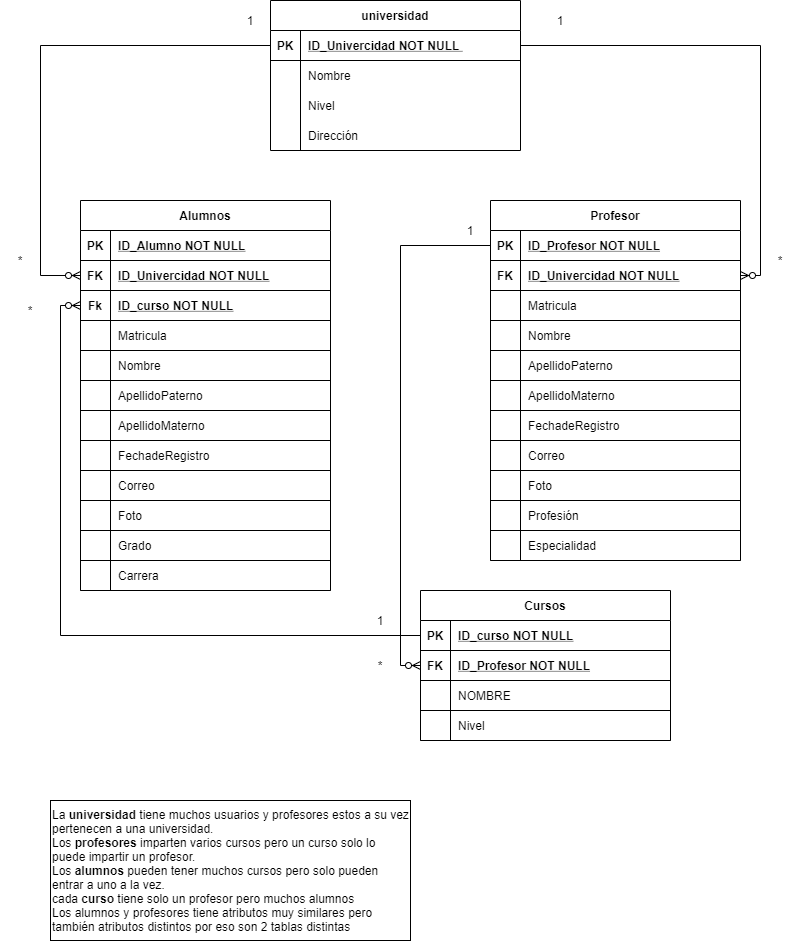
This is entidad relacion.png from carlmrx/registros-escolares, a draw.io export, as it was before one commit. Source tidied: cells renumbered, new cells last; positions are measured from the earlier drawing's top-left corner, leaving out a move shared by most shapes.
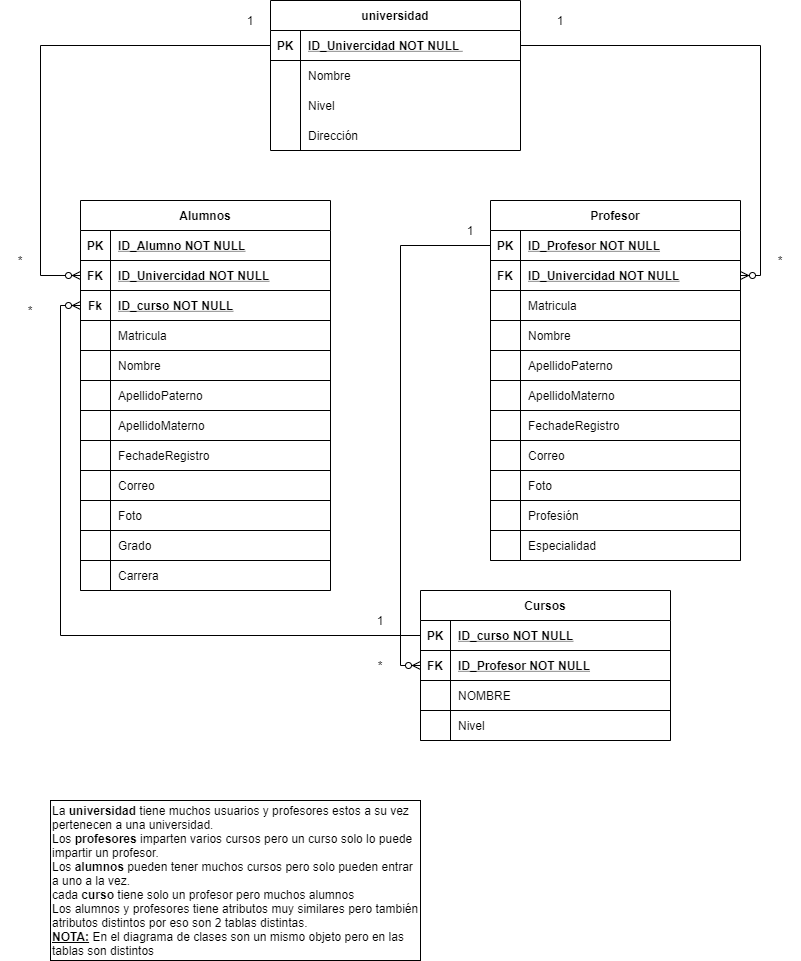
The same file after the commit.

What changed in the source:
```diff
@@ -348,8 +348,8 @@
     <mxCell id="113" value="Nivel" style="shape=partialRectangle;overflow=hidden;fillColor=none;top=0;left=0;bottom=0;right=0;align=left;spacingLeft=6;fontStyle=0;" parent="111" vertex="1">
       <mxGeometry x="30" width="220" height="30" as="geometry" />
     </mxCell>
-    <mxCell id="114" value="La &lt;b&gt;universidad&lt;/b&gt; tiene muchos usuarios y profesores estos a su vez pertenecen a una universidad.&lt;br&gt;Los &lt;b&gt;profesores&lt;/b&gt; imparten varios cursos pero un curso solo lo puede impartir un profesor.&lt;br&gt;Los &lt;b&gt;alumnos &lt;/b&gt;pueden tener muchos cursos pero solo pueden entrar a uno a la vez.&lt;br&gt;cada&amp;nbsp;&lt;b&gt;curso&lt;/b&gt; tiene solo un profesor pero muchos&amp;nbsp;alumnos&lt;br&gt;Los alumnos y profesores tiene atributos muy similares pero también atributos distintos por eso son 2 tablas distintas&lt;br&gt;" style="rounded=0;whiteSpace=wrap;html=1;fillColor=#ffffff;align=left;" parent="1" vertex="1">
-      <mxGeometry x="50" y="800" width="360" height="140" as="geometry" />
+    <mxCell id="114" value="La &lt;b&gt;universidad&lt;/b&gt; tiene muchos usuarios y profesores estos a su vez pertenecen a una universidad.&lt;br&gt;Los &lt;b&gt;profesores&lt;/b&gt; imparten varios cursos pero un curso solo lo puede impartir un profesor.&lt;br&gt;Los &lt;b&gt;alumnos &lt;/b&gt;pueden tener muchos cursos pero solo pueden entrar a uno a la vez.&lt;br&gt;cada&amp;nbsp;&lt;b&gt;curso&lt;/b&gt; tiene solo un profesor pero muchos&amp;nbsp;alumnos&lt;br&gt;Los alumnos y profesores tiene atributos muy similares pero también atributos distintos por eso son 2 tablas distintas.&lt;br&gt;&lt;b&gt;&lt;u&gt;NOTA:&lt;/u&gt;&lt;/b&gt; En el diagrama de clases son un mismo objeto pero en las tablas son distintos&amp;nbsp;" style="rounded=0;whiteSpace=wrap;html=1;fillColor=#ffffff;align=left;" parent="1" vertex="1">
+      <mxGeometry x="50" y="800" width="370" height="160" as="geometry" />
     </mxCell>
   </root>
 </mxGraphModel>
```
